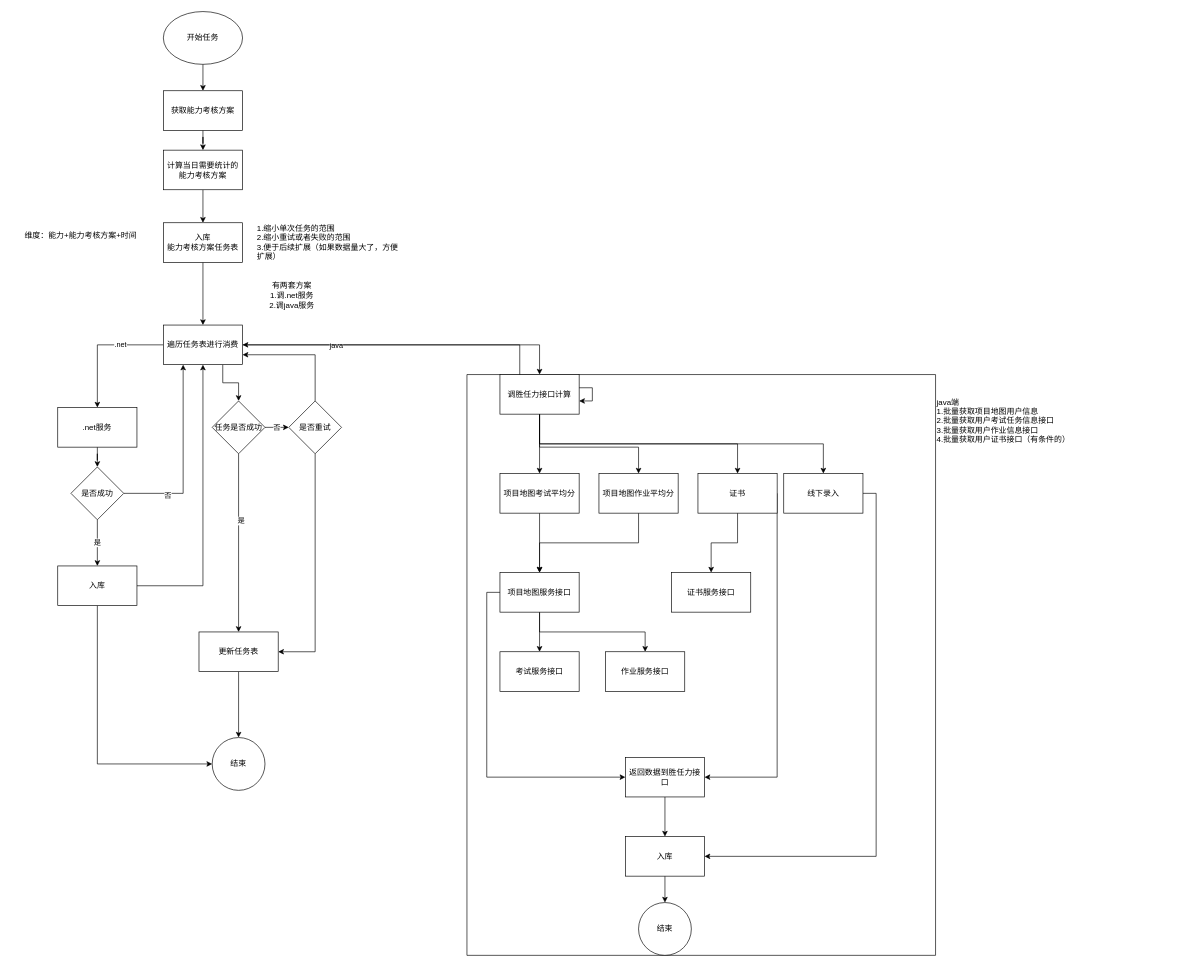
w849027724/draw_files keeps this draw.io diagram as exe/能力任务流程图.drawio. Above is the earlier version. Source tidied: cells renumbered, new cells numbered last; positions are measured from the earlier drawing's top-left corner, leaving out a move shared by most shapes. Both pictures are drawn from the tidied source at 66%, with x=0, y=0 at pixel (11, 11).
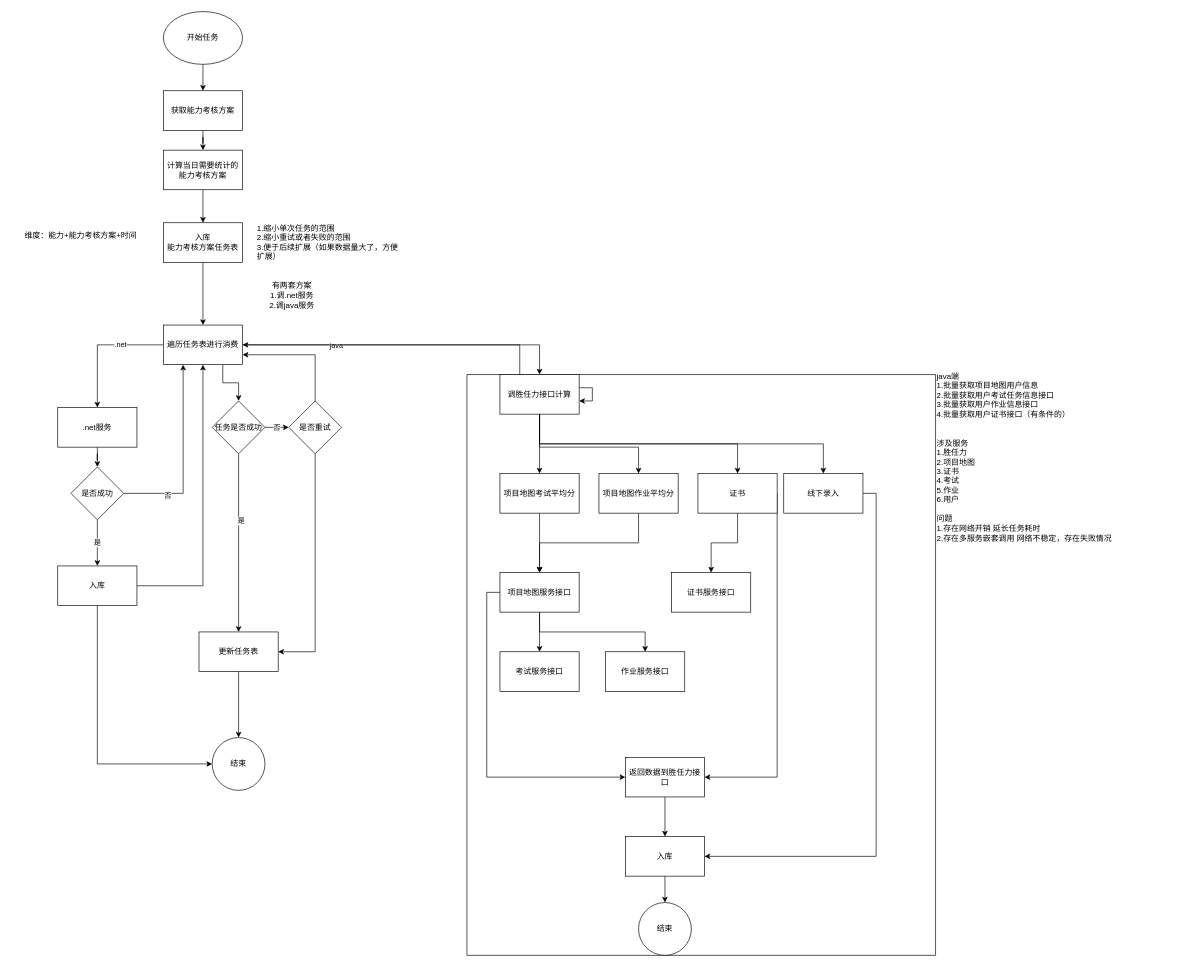
The same diagram, later.

Commit message:
Update 能力任务流程图.drawio

The edit, as a diff of the source:
```diff
@@
-    <mxCell id="67" value="java端&lt;br&gt;1.批量获取项目地图用户信息&lt;br&gt;2.批量获取用户考试任务信息接口&lt;br&gt;3.批量获取用户作业信息接口&lt;br&gt;4.批量获取用户证书接口（有条件的）" style="text;html=1;strokeColor=none;fillColor=none;align=left;verticalAlign=middle;whiteSpace=wrap;rounded=0;" parent="1" vertex="1">
-      <mxGeometry x="1400" y="550" width="240" height="140" as="geometry" />
+    <mxCell id="67" value="java端&lt;br&gt;1.批量获取项目地图用户信息&lt;br&gt;2.批量获取用户考试任务信息接口&lt;br&gt;3.批量获取用户作业信息接口&lt;br&gt;4.批量获取用户证书接口（有条件的）&lt;br&gt;&lt;br&gt;&lt;br&gt;涉及服务&lt;br&gt;1.胜任力&lt;br&gt;2.项目地图&lt;br&gt;3.证书&lt;br&gt;4.考试&lt;br&gt;5.作业&lt;br&gt;6.用户&lt;br&gt;&lt;br&gt;问题&lt;br&gt;1.存在网络开销 延长任务耗时&lt;br&gt;2.存在多服务嵌套调用 网络不稳定，存在失败情况" style="text;html=1;strokeColor=none;fillColor=none;align=left;verticalAlign=middle;whiteSpace=wrap;rounded=0;" parent="1" vertex="1">
+      <mxGeometry x="1400" y="550" width="380" height="250" as="geometry" />
     </mxCell>
```
